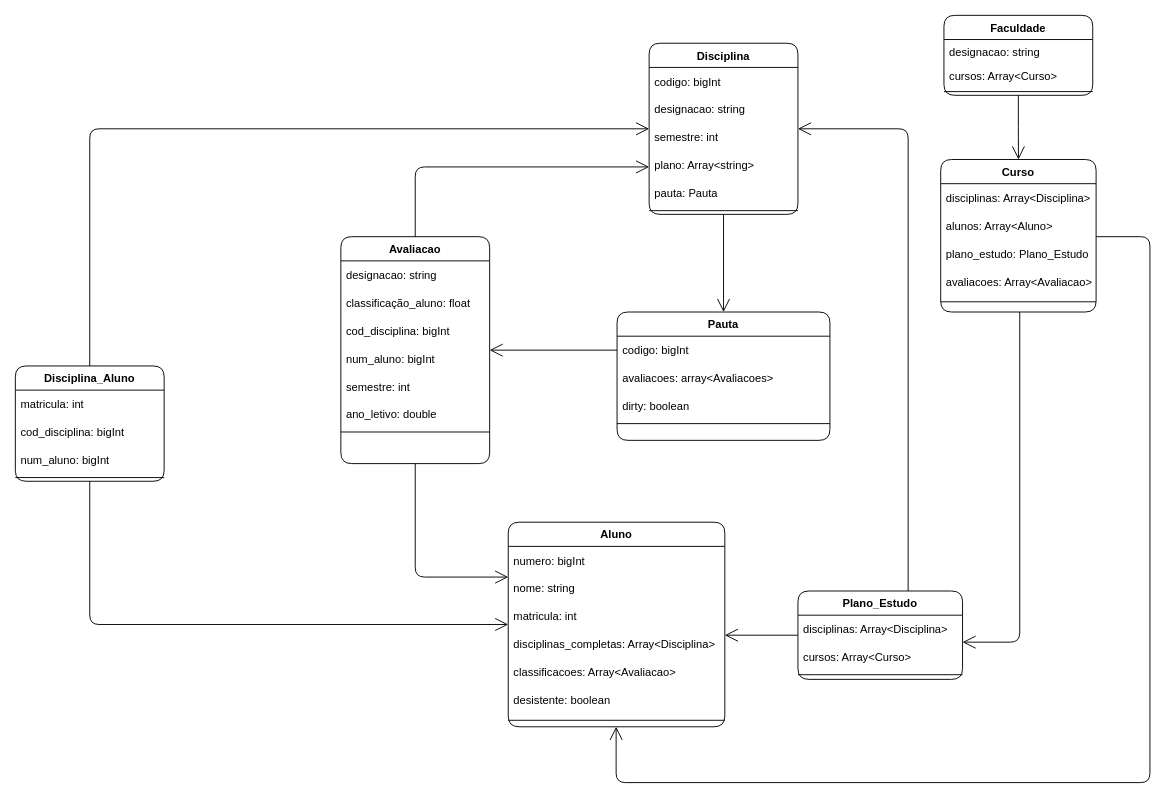
Above: Docs/Domain_Diagram.drawio in ruimpcastro/pweb2022 (draw.io), before the change. Source tidied: cells renumbered, new cells numbered last; positions are measured from the earlier drawing's top-left corner, leaving out a move shared by most shapes. Both pictures are drawn from the tidied source at 93%, with x=0, y=0 at pixel (15, 15).
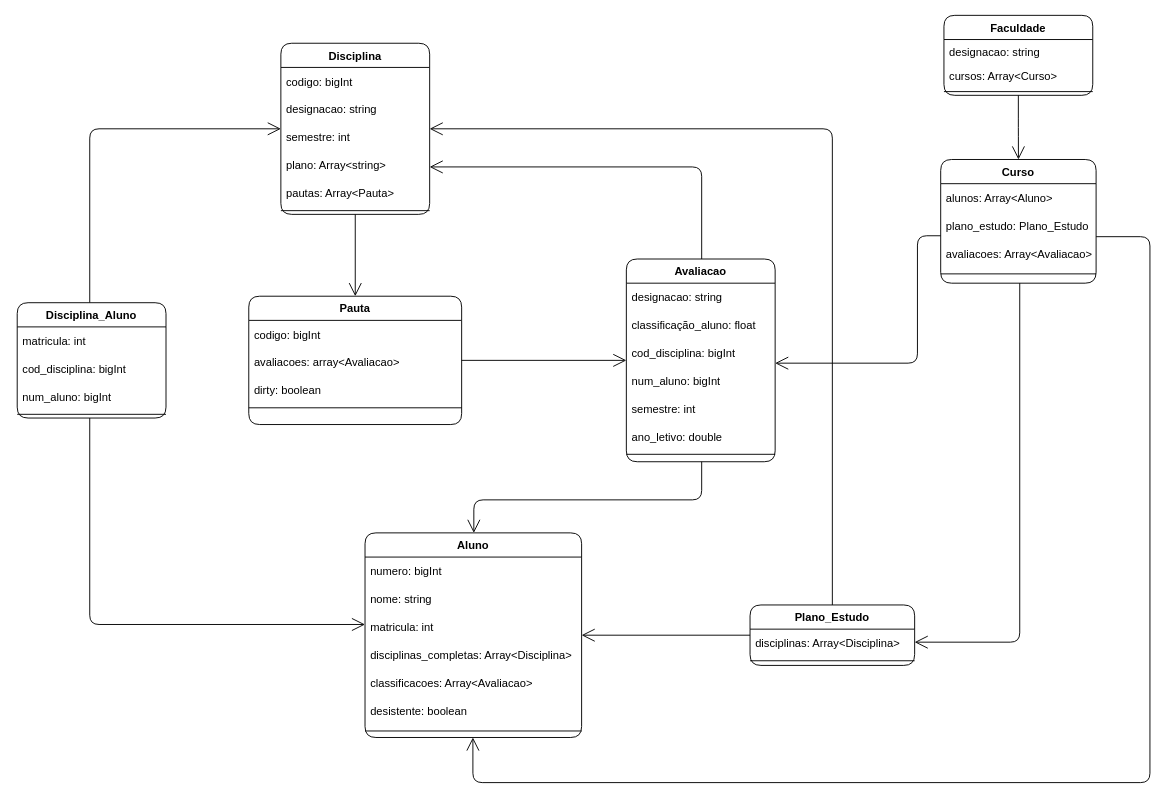
The same page after the edit.

Commit message (it also covers changes not shown here):
Alterações nos diagramas

Unchanged cells that the change refers to:
```xml
<mxCell id="30" value="codigo: bigInt" style="text;strokeColor=none;fillColor=none;align=left;verticalAlign=middle;spacingLeft=4;spacingRight=4;overflow=hidden;points=[[0,0.5],[1,0.5]];portConstraint=eastwest;rounded=1;" parent="29" vertex="1">
  <mxGeometry y="26" width="228.9" height="30" as="geometry" />
</mxCell>
```

What changed in the source:
```diff
@@
     <mxCell id="2" value="Aluno" style="swimlane;fontStyle=1;align=center;verticalAlign=top;horizontal=1;startSize=26;shadow=0;strokeWidth=1;rounded=1;" parent="1" vertex="1">
-      <mxGeometry x="530" y="545" width="232.9" height="220" as="geometry" />
+      <mxGeometry x="376" y="556.5" width="232.9" height="220" as="geometry" />
     </mxCell>
@@
     <mxCell id="10" value="Disciplina" style="swimlane;fontStyle=1;align=center;verticalAlign=top;horizontal=1;startSize=26;shadow=0;strokeWidth=1;rounded=1;" parent="1" vertex="1">
-      <mxGeometry x="681.5" y="30" width="160" height="184" as="geometry" />
+      <mxGeometry x="285.5" y="30" width="160" height="184" as="geometry" />
     </mxCell>
@@
-    <mxCell id="15" value="pauta: Pauta" style="text;strokeColor=none;fillColor=none;align=left;verticalAlign=middle;spacingLeft=4;spacingRight=4;overflow=hidden;rounded=1;" parent="10" vertex="1">
+    <mxCell id="15" value="pautas: Array&lt;Pauta&gt;" style="text;strokeColor=none;fillColor=none;align=left;verticalAlign=middle;spacingLeft=4;spacingRight=4;overflow=hidden;rounded=1;" parent="10" vertex="1">
       <mxGeometry y="146" width="160" height="30" as="geometry" />
     </mxCell>
@@
     <mxCell id="17" value="Curso" style="swimlane;fontStyle=1;align=center;verticalAlign=top;horizontal=1;startSize=26;shadow=0;strokeWidth=1;rounded=1;" parent="1" vertex="1">
-      <mxGeometry x="995" y="155" width="167.1" height="164" as="geometry" />
+      <mxGeometry x="995" y="155" width="167.1" height="133" as="geometry" />
     </mxCell>
-    <mxCell id="18" value="disciplinas: Array&lt;Disciplina&gt;" style="text;strokeColor=none;fillColor=none;align=left;verticalAlign=middle;spacingLeft=4;spacingRight=4;overflow=hidden;rounded=1;" parent="17" vertex="1">
-      <mxGeometry y="26" width="167.1" height="30" as="geometry" />
-    </mxCell>
     <mxCell id="19" value="alunos: Array&lt;Aluno&gt;" style="text;strokeColor=none;fillColor=none;align=left;verticalAlign=middle;spacingLeft=4;spacingRight=4;overflow=hidden;rounded=1;" parent="17" vertex="1">
-      <mxGeometry y="56" width="167.1" height="30" as="geometry" />
+      <mxGeometry y="26" width="167.1" height="30" as="geometry" />
     </mxCell>
     <mxCell id="20" value="plano_estudo: Plano_Estudo" style="text;strokeColor=none;fillColor=none;align=left;verticalAlign=middle;spacingLeft=4;spacingRight=4;overflow=hidden;rounded=1;" parent="17" vertex="1">
-      <mxGeometry y="86" width="167.1" height="30" as="geometry" />
+      <mxGeometry y="56" width="167.1" height="30" as="geometry" />
     </mxCell>
     <mxCell id="21" value="avaliacoes: Array&lt;Avaliacao&gt;" style="text;strokeColor=none;fillColor=none;align=left;verticalAlign=middle;spacingLeft=4;spacingRight=4;overflow=hidden;rounded=1;" parent="17" vertex="1">
-      <mxGeometry y="116" width="167.1" height="30" as="geometry" />
+      <mxGeometry y="86" width="167.1" height="30" as="geometry" />
     </mxCell>
     <mxCell id="22" style="line;html=1;strokeWidth=1;align=left;verticalAlign=middle;spacingTop=-1;spacingLeft=3;spacingRight=3;labelPosition=right;rounded=1;" parent="17" vertex="1">
-      <mxGeometry y="146" width="167.1" height="14" as="geometry" />
+      <mxGeometry y="116" width="167.1" height="14" as="geometry" />
     </mxCell>
     <mxCell id="23" value="Plano_Estudo" style="swimlane;fontStyle=1;align=center;verticalAlign=top;horizontal=1;startSize=26;shadow=0;strokeWidth=1;rounded=1;" parent="1" vertex="1">
-      <mxGeometry x="841.5" y="619" width="177" height="95" as="geometry" />
+      <mxGeometry x="790" y="634" width="177" height="65" as="geometry" />
     </mxCell>
@@
-    <mxCell id="25" value="cursos: Array&lt;Curso&gt;" style="text;strokeColor=none;fillColor=none;align=left;verticalAlign=middle;spacingLeft=4;spacingRight=4;overflow=hidden;rounded=1;" parent="23" vertex="1">
-      <mxGeometry y="56" width="177" height="30" as="geometry" />
-    </mxCell>
     <mxCell id="26" style="line;html=1;strokeWidth=1;align=left;verticalAlign=middle;spacingTop=-1;spacingLeft=3;spacingRight=3;labelPosition=right;rounded=1;" parent="23" vertex="1">
-      <mxGeometry y="86" width="177" height="8" as="geometry" />
+      <mxGeometry y="56" width="177" height="8" as="geometry" />
     </mxCell>
     <mxCell id="27" style="endArrow=open;endFill=1;endSize=12;html=1;edgeStyle=orthogonalEdgeStyle;" parent="1" edge="1" source="23" target="10">
       <mxGeometry relative="1" as="geometry">
         <Array as="points">
-          <mxPoint x="960" y="122" />
+          <mxPoint x="878" y="122" />
         </Array>
       </mxGeometry>
     </mxCell>
@@
     <mxCell id="29" value="Pauta" style="swimlane;fontStyle=1;align=center;verticalAlign=top;horizontal=1;startSize=26;shadow=0;strokeWidth=1;rounded=1;" parent="1" vertex="1">
-      <mxGeometry x="647" y="319" width="228.9" height="138" as="geometry" />
+      <mxGeometry x="251" y="302" width="228.9" height="138" as="geometry" />
     </mxCell>
@@
-    <mxCell id="31" value="avaliacoes: array&lt;Avaliacoes&gt;" style="text;strokeColor=none;fillColor=none;align=left;verticalAlign=middle;spacingLeft=4;spacingRight=4;overflow=hidden;rounded=1;" parent="29" vertex="1">
+    <mxCell id="31" value="avaliacoes: array&lt;Avaliacao&gt;" style="text;strokeColor=none;fillColor=none;align=left;verticalAlign=middle;spacingLeft=4;spacingRight=4;overflow=hidden;rounded=1;" parent="29" vertex="1">
       <mxGeometry y="56" width="228.9" height="30" as="geometry" />
     </mxCell>
@@
     <mxCell id="34" style="endArrow=open;endFill=1;endSize=12;html=1;edgeStyle=orthogonalEdgeStyle;" parent="1" edge="1" source="10" target="29">
       <mxGeometry relative="1" as="geometry">
         <Array as="points">
-          <mxPoint x="761" y="178" />
+          <mxPoint x="365" y="192" />
+          <mxPoint x="365" y="192" />
         </Array>
       </mxGeometry>
     </mxCell>
@@
     <mxCell id="37" style="endArrow=open;endFill=1;endSize=12;html=1;edgeStyle=orthogonalEdgeStyle;strokeColor=default;" parent="1" edge="1" source="17" target="2">
       <mxGeometry relative="1" as="geometry">
         <Array as="points">
           <mxPoint x="1220" y="238" />
           <mxPoint x="1220" y="825" />
-          <mxPoint x="646" y="825" />
+          <mxPoint x="492" y="825" />
         </Array>
       </mxGeometry>
     </mxCell>
     <mxCell id="38" value="Disciplina_Aluno" style="swimlane;fontStyle=1;align=center;verticalAlign=top;horizontal=1;startSize=26;shadow=0;strokeWidth=1;rounded=1;" parent="1" vertex="1">
-      <mxGeometry y="377" width="160" height="124" as="geometry" />
+      <mxGeometry x="2" y="309" width="160" height="124" as="geometry" />
     </mxCell>
@@
     <mxCell id="48" value="Avaliacao" style="swimlane;fontStyle=1;align=center;verticalAlign=top;horizontal=1;startSize=26;shadow=0;strokeWidth=1;rounded=1;" parent="1" vertex="1">
-      <mxGeometry x="350" y="238" width="160" height="244" as="geometry" />
+      <mxGeometry x="657" y="262" width="160" height="218" as="geometry" />
     </mxCell>
@@
-    <mxCell id="56" style="endArrow=open;endFill=1;endSize=12;html=1;edgeStyle=orthogonalEdgeStyle;" parent="1" edge="1" source="30" target="48">
+    <mxCell id="56" style="endArrow=open;endFill=1;endSize=12;html=1;edgeStyle=orthogonalEdgeStyle;" parent="1" edge="1" source="29" target="48">
       <mxGeometry relative="1" as="geometry" />
     </mxCell>
@@
     <mxCell id="58" style="endArrow=open;endFill=1;endSize=12;html=1;rounded=1;strokeColor=default;edgeStyle=orthogonalEdgeStyle;" parent="1" edge="1" source="48" target="10">
       <mxGeometry relative="1" as="geometry">
         <Array as="points">
-          <mxPoint x="430" y="163" />
+          <mxPoint x="738" y="163" />
         </Array>
       </mxGeometry>
     </mxCell>
     <mxCell id="59" style="endArrow=open;endFill=1;endSize=12;html=1;rounded=1;strokeColor=default;edgeStyle=orthogonalEdgeStyle;" parent="1" edge="1" source="48" target="2">
       <mxGeometry relative="1" as="geometry">
         <Array as="points">
-          <mxPoint x="430" y="604" />
+          <mxPoint x="738" y="521" />
+          <mxPoint x="493" y="521" />
         </Array>
       </mxGeometry>
     </mxCell>
+    <mxCell id="60" style="endArrow=open;endFill=1;endSize=12;html=1;edgeStyle=orthogonalEdgeStyle;" parent="1" edge="1" source="17" target="48">
+      <mxGeometry relative="1" as="geometry">
+        <Array as="points">
+          <mxPoint x="970" y="237" />
+          <mxPoint x="970" y="374" />
+        </Array>
+      </mxGeometry>
+    </mxCell>
```
